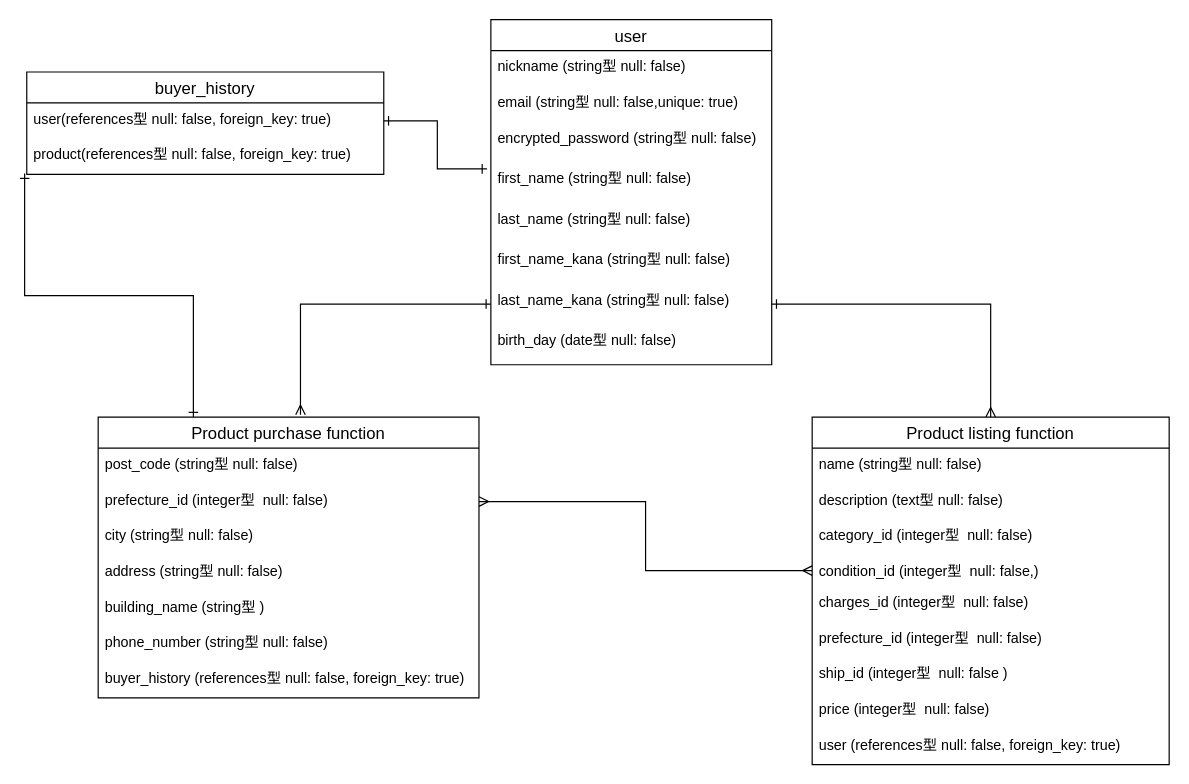
Before: furima.dio in ocha185/furima-33547, a draw.io diagram. Source tidied: cells renumbered, new cells numbered last; positions are measured from the earlier drawing's top-left corner, leaving out a move shared by most shapes. Both pictures are drawn from the tidied source at 119%, with x=0, y=0 at pixel (26, 19).
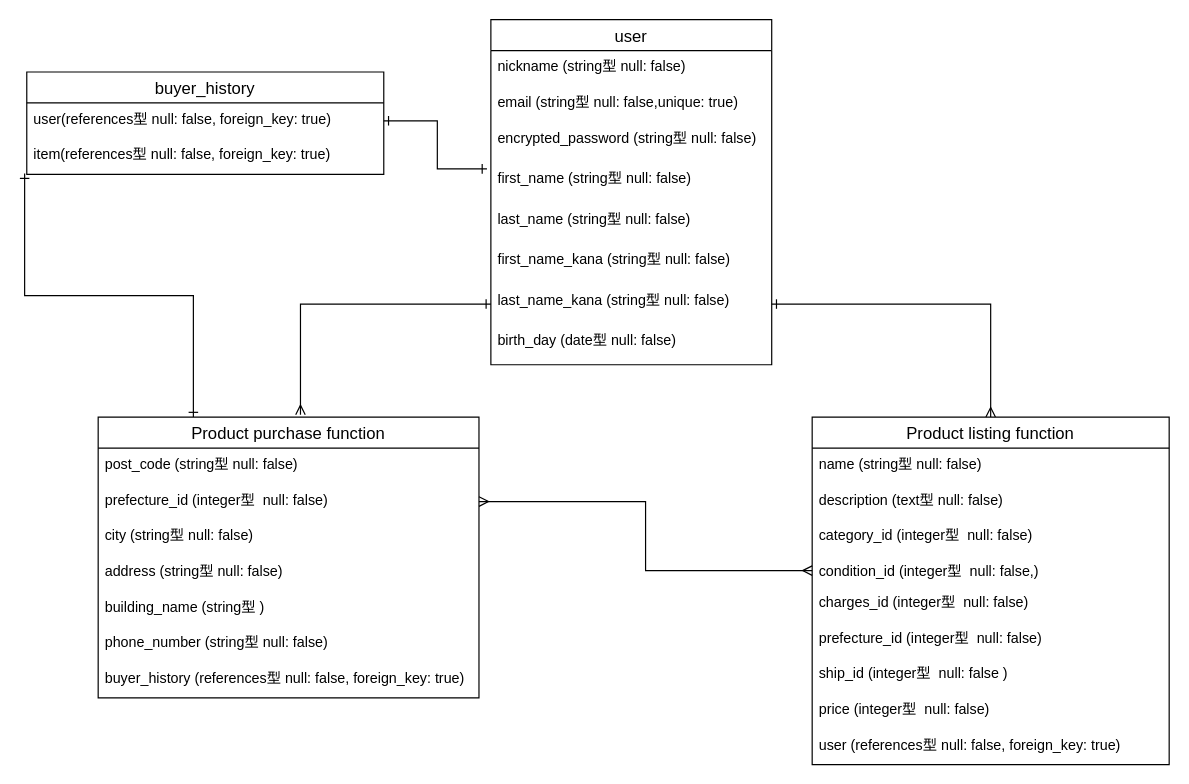
After the change.

The change refers to these unchanged cells:
```xml
<mxCell id="33" value="buyer_history" style="swimlane;fontStyle=0;horizontal=1;startSize=26;align=center;fontSize=14;" parent="1" vertex="1">
  <mxGeometry y="44" width="300" height="86" as="geometry" />
</mxCell>
```

Change to the diagram source:
```diff
@@
-    <mxCell id="35" value="product(references型 null: false, foreign_key: true)" style="text;strokeColor=none;fillColor=none;spacingLeft=4;spacingRight=4;overflow=hidden;points=[[0,0.5],[1,0.5]];portConstraint=eastwest;fontSize=12;" parent="33" vertex="1">
+    <mxCell id="35" value="item(references型 null: false, foreign_key: true)" style="text;strokeColor=none;fillColor=none;spacingLeft=4;spacingRight=4;overflow=hidden;points=[[0,0.5],[1,0.5]];portConstraint=eastwest;fontSize=12;" parent="33" vertex="1">
       <mxGeometry y="56" width="300" height="30" as="geometry" />
     </mxCell>
```
